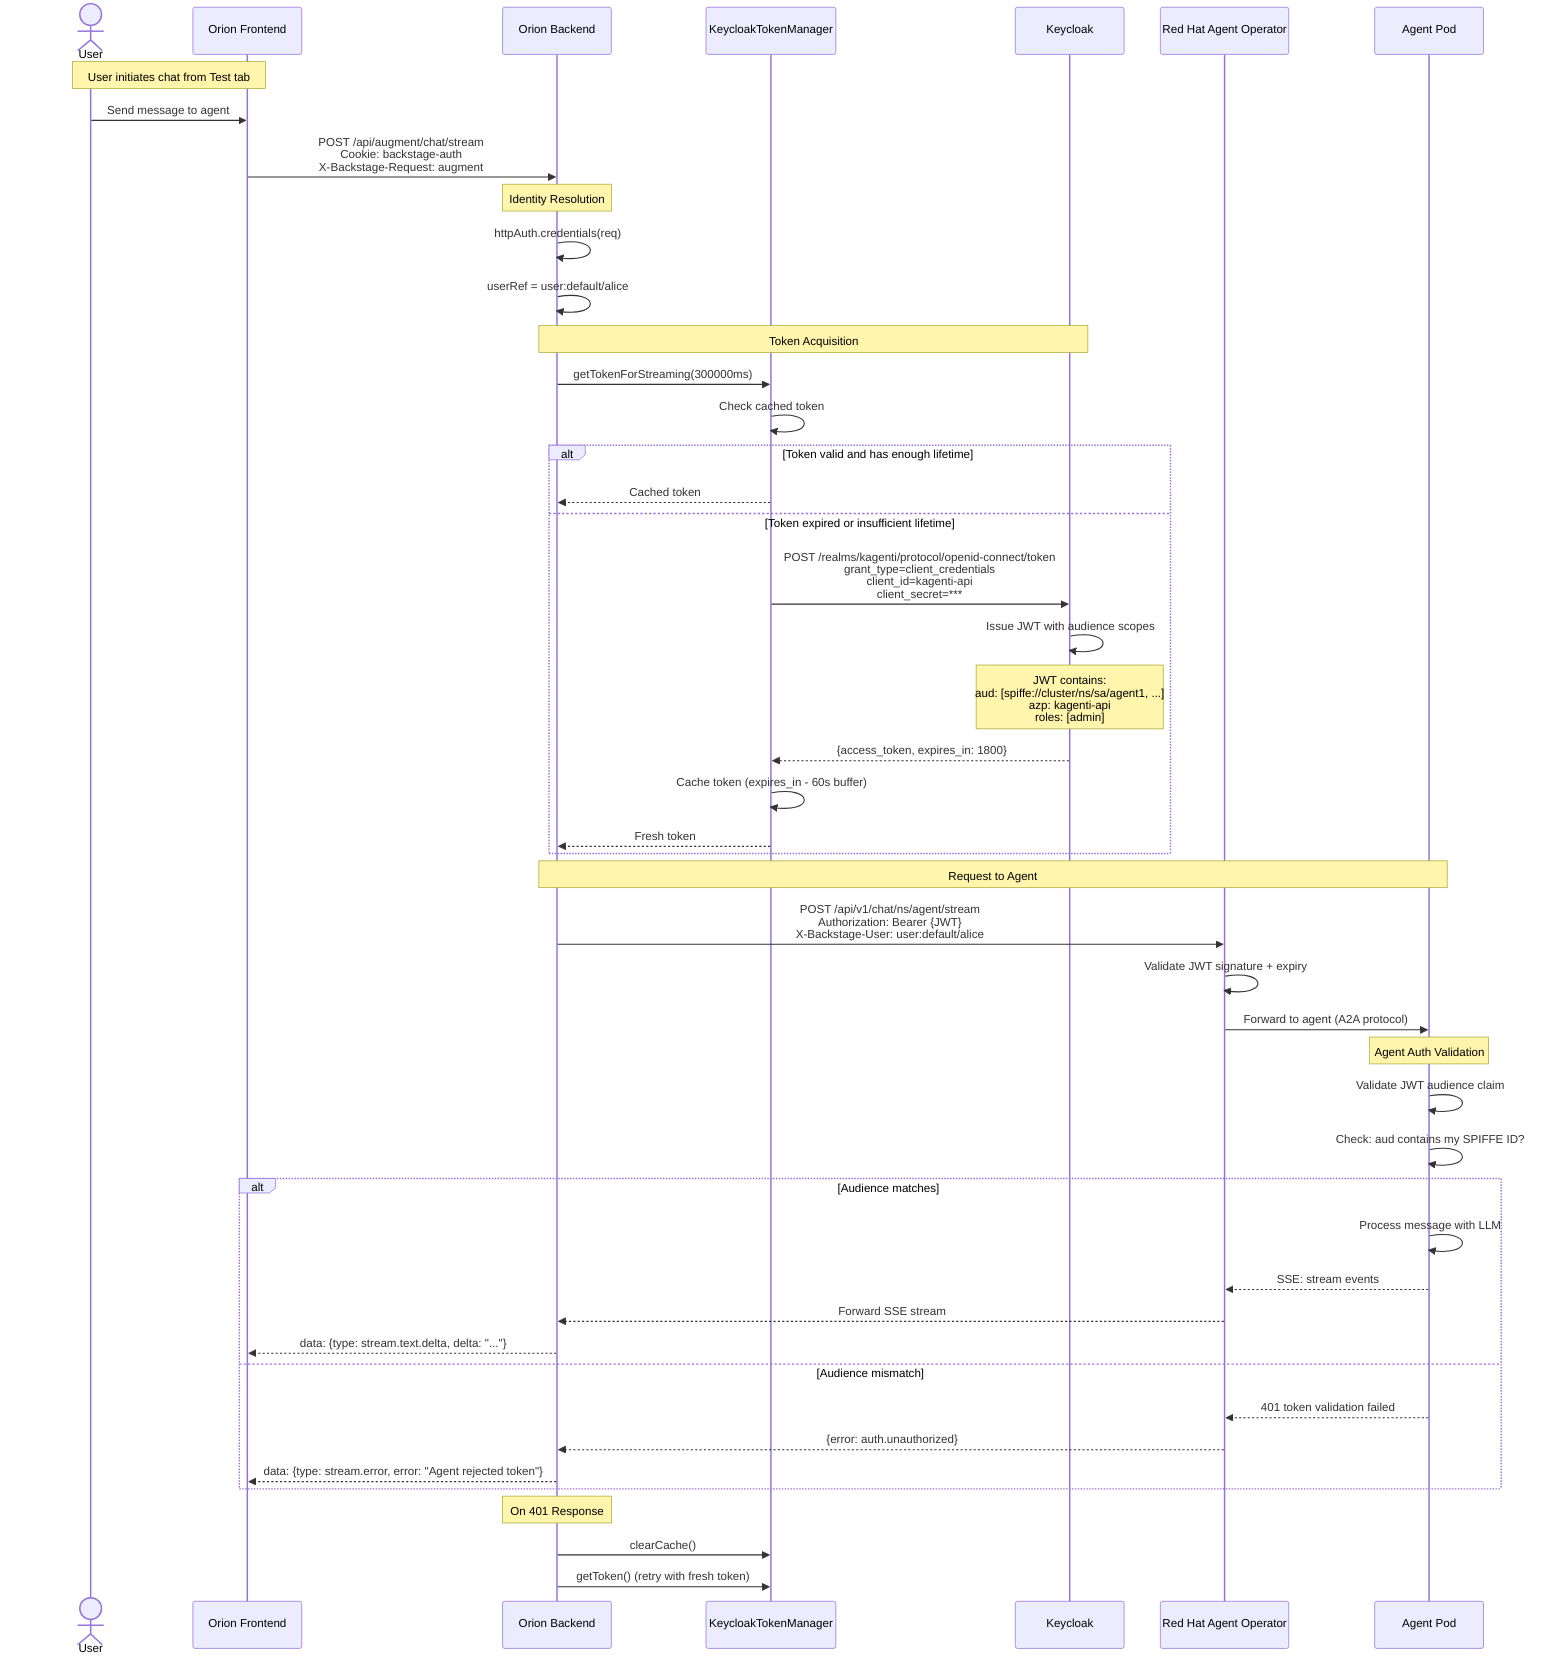
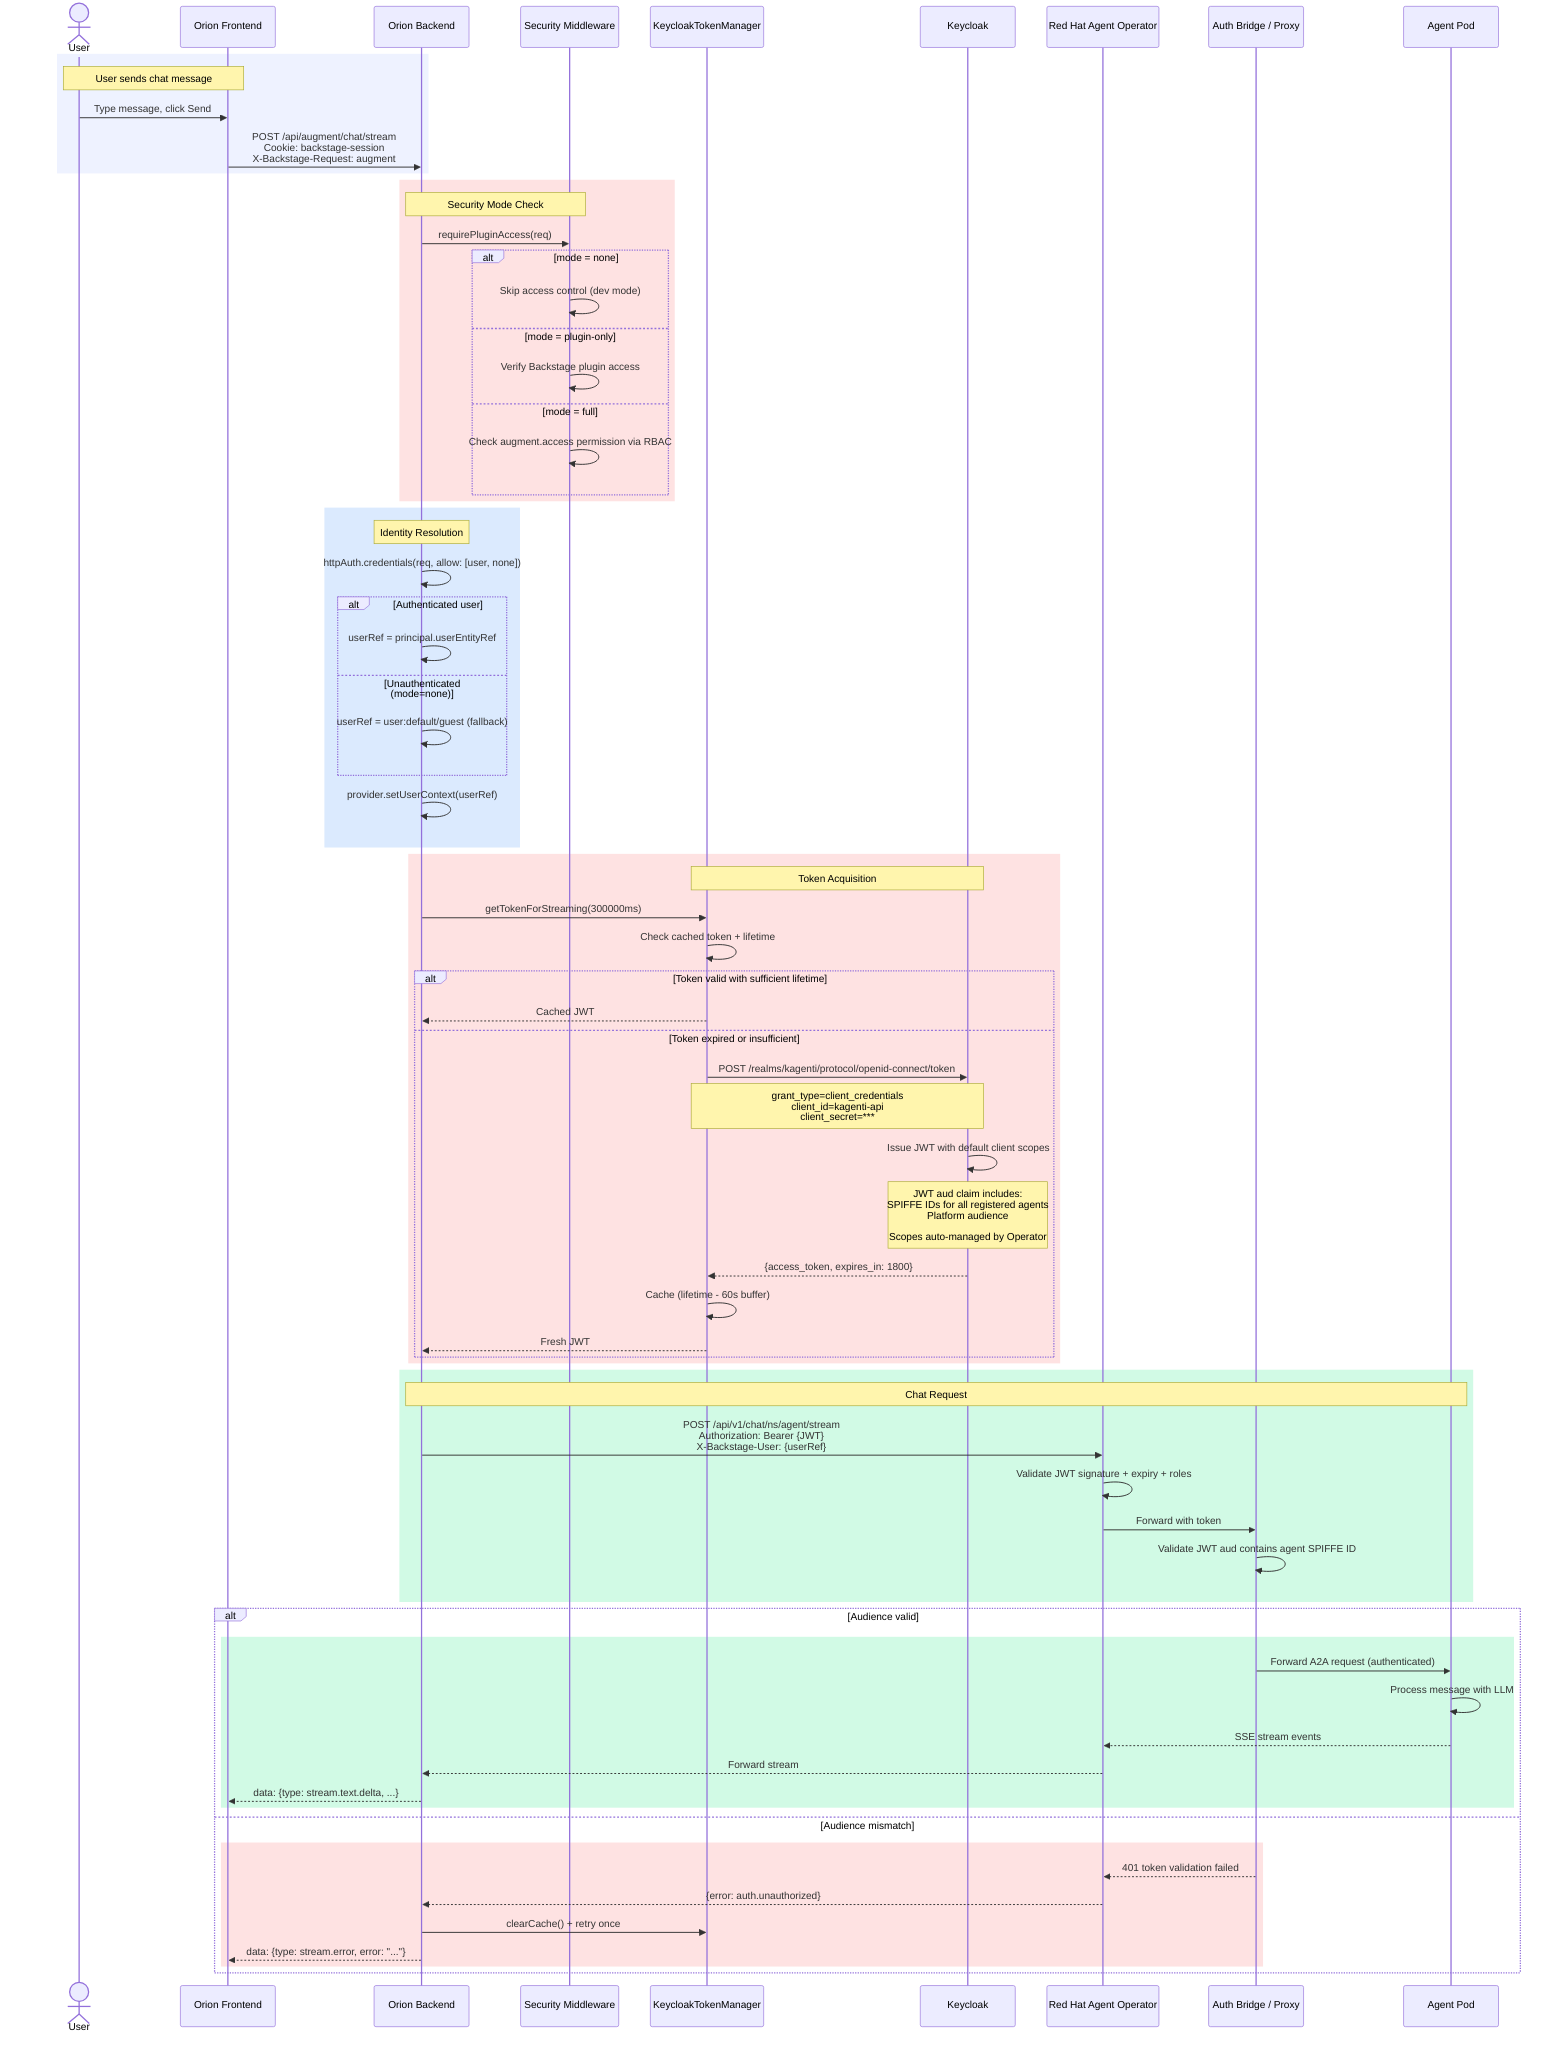
sequenceDiagram
    actor User
    participant Browser as Orion Frontend
    participant Backend as Orion Backend
+     participant SecMW as Security Middleware
    participant TM as KeycloakTokenManager
    participant KC as Keycloak
    participant RHAO as Red Hat Agent Operator
+     participant AuthBridge as Auth Bridge / Proxy
    participant Pod as Agent Pod

-     Note over User,Browser: User initiates chat from Test tab
-     User->>Browser: Send message to agent
-     Browser->>Backend: POST /api/augment/chat/stream<br/>Cookie: backstage-auth<br/>X-Backstage-Request: augment
- 
-     Note over Backend: Identity Resolution
-     Backend->>Backend: httpAuth.credentials(req)
-     Backend->>Backend: userRef = user:default/alice
- 
-     Note over Backend,KC: Token Acquisition
-     Backend->>TM: getTokenForStreaming(300000ms)
-     TM->>TM: Check cached token
- 
-     alt Token valid and has enough lifetime
-         TM-->>Backend: Cached token
-     else Token expired or insufficient lifetime
-         TM->>KC: POST /realms/kagenti/protocol/openid-connect/token<br/>grant_type=client_credentials<br/>client_id=kagenti-api<br/>client_secret=***
-         KC->>KC: Issue JWT with audience scopes
-         Note over KC: JWT contains:<br/>aud: [spiffe://cluster/ns/sa/agent1, ...]<br/>azp: kagenti-api<br/>roles: [admin]
-         KC-->>TM: {access_token, expires_in: 1800}
-         TM->>TM: Cache token (expires_in - 60s buffer)
-         TM-->>Backend: Fresh token
+     rect rgb(238, 242, 255)
+     Note over User,Browser: User sends chat message
+     User->>Browser: Type message, click Send
+     Browser->>Backend: POST /api/augment/chat/stream<br/>Cookie: backstage-session<br/>X-Backstage-Request: augment
    end

-     Note over Backend,Pod: Request to Agent
-     Backend->>RHAO: POST /api/v1/chat/ns/agent/stream<br/>Authorization: Bearer {JWT}<br/>X-Backstage-User: user:default/alice
-     RHAO->>RHAO: Validate JWT signature + expiry
-     RHAO->>Pod: Forward to agent (A2A protocol)
- 
-     Note over Pod: Agent Auth Validation
-     Pod->>Pod: Validate JWT audience claim
-     Pod->>Pod: Check: aud contains my SPIFFE ID?
- 
-     alt Audience matches
-         Pod->>Pod: Process message with LLM
-         Pod-->>RHAO: SSE: stream events
-         RHAO-->>Backend: Forward SSE stream
-         Backend-->>Browser: data: {type: stream.text.delta, delta: "..."}
-     else Audience mismatch
-         Pod-->>RHAO: 401 token validation failed
-         RHAO-->>Backend: {error: auth.unauthorized}
-         Backend-->>Browser: data: {type: stream.error, error: "Agent rejected token"}
+     rect rgb(254, 226, 226)
+     Note over Backend,SecMW: Security Mode Check
+     Backend->>SecMW: requirePluginAccess(req)
+     alt mode = none
+         SecMW->>SecMW: Skip access control (dev mode)
+     else mode = plugin-only
+         SecMW->>SecMW: Verify Backstage plugin access
+     else mode = full
+         SecMW->>SecMW: Check augment.access permission via RBAC
+     end
    end

-     Note over Backend: On 401 Response
-     Backend->>TM: clearCache()
-     Backend->>TM: getToken() (retry with fresh token)
+     rect rgb(219, 234, 254)
+     Note over Backend: Identity Resolution
+     Backend->>Backend: httpAuth.credentials(req, allow: [user, none])
+     alt Authenticated user
+         Backend->>Backend: userRef = principal.userEntityRef
+     else Unauthenticated (mode=none)
+         Backend->>Backend: userRef = user:default/guest (fallback)
+     end
+     Backend->>Backend: provider.setUserContext(userRef)
+     end
+ 
+     rect rgb(254, 226, 226)
+     Note over TM,KC: Token Acquisition
+     Backend->>TM: getTokenForStreaming(300000ms)
+     TM->>TM: Check cached token + lifetime
+ 
+     alt Token valid with sufficient lifetime
+         TM-->>Backend: Cached JWT
+     else Token expired or insufficient
+         TM->>KC: POST /realms/kagenti/protocol/openid-connect/token
+         Note over TM,KC: grant_type=client_credentials<br/>client_id=kagenti-api<br/>client_secret=***
+         KC->>KC: Issue JWT with default client scopes
+         Note over KC: JWT aud claim includes:<br/>SPIFFE IDs for all registered agents<br/>Platform audience<br/><br/>Scopes auto-managed by Operator
+         KC-->>TM: {access_token, expires_in: 1800}
+         TM->>TM: Cache (lifetime - 60s buffer)
+         TM-->>Backend: Fresh JWT
+     end
+     end
+ 
+     rect rgb(209, 250, 229)
+     Note over Backend,Pod: Chat Request
+     Backend->>RHAO: POST /api/v1/chat/ns/agent/stream<br/>Authorization: Bearer {JWT}<br/>X-Backstage-User: {userRef}
+     RHAO->>RHAO: Validate JWT signature + expiry + roles
+     RHAO->>AuthBridge: Forward with token
+     AuthBridge->>AuthBridge: Validate JWT aud contains agent SPIFFE ID
+     end
+ 
+     alt Audience valid
+         rect rgb(209, 250, 229)
+         AuthBridge->>Pod: Forward A2A request (authenticated)
+         Pod->>Pod: Process message with LLM
+         Pod-->>RHAO: SSE stream events
+         RHAO-->>Backend: Forward stream
+         Backend-->>Browser: data: {type: stream.text.delta, ...}
+         end
+     else Audience mismatch
+         rect rgb(254, 226, 226)
+         AuthBridge-->>RHAO: 401 token validation failed
+         RHAO-->>Backend: {error: auth.unauthorized}
+         Backend->>TM: clearCache() + retry once
+         Backend-->>Browser: data: {type: stream.error, error: "..."}
+         end
+     end
